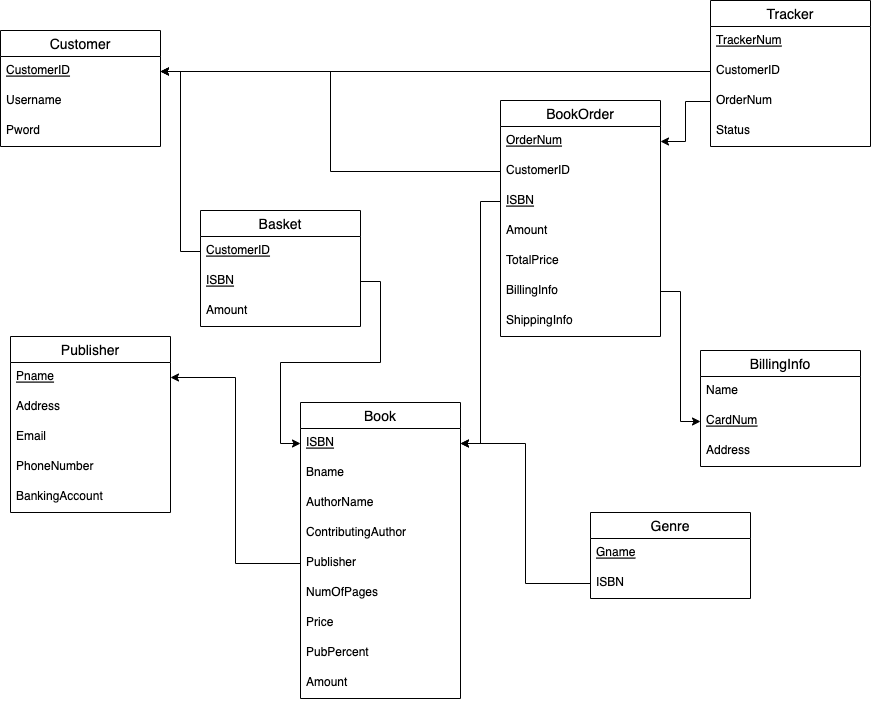
charles-55/OnlineBookstore keeps this draw.io diagram as Diagrams/RelationalSchemaV2.png. Above is the earlier version. Source tidied: cells renumbered, new cells last; positions are measured from the earlier drawing's top-left corner, leaving out a move shared by most shapes.
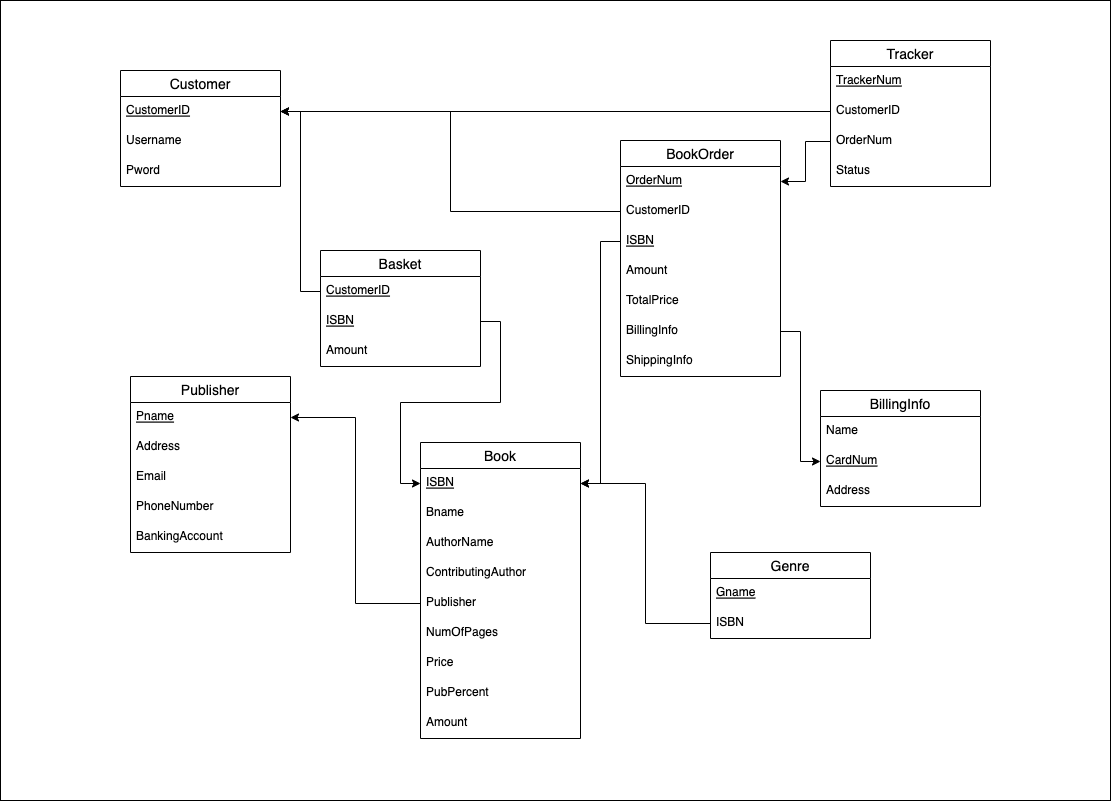
After the commit.

Commit message:
Updating the diagrams based on changes made

Change to the diagram source:
```diff
@@ -2,6 +2,9 @@
   <root>
     <mxCell id="0" />
     <mxCell id="1" parent="0" />
+    <mxCell id="55" style="verticalLabelPosition=bottom;verticalAlign=top;html=1;shape=mxgraph.basic.rect;fillColor2=none;strokeWidth=1;size=20;indent=5;" parent="1" vertex="1">
+      <mxGeometry x="-120" y="-40" width="1110" height="800" as="geometry" />
+    </mxCell>
     <mxCell id="2" value="Customer" style="swimlane;fontStyle=0;horizontal=1;startSize=26;align=center;fontSize=14;" parent="1" vertex="1">
       <mxGeometry y="30" width="160" height="116" as="geometry" />
     </mxCell>
```
